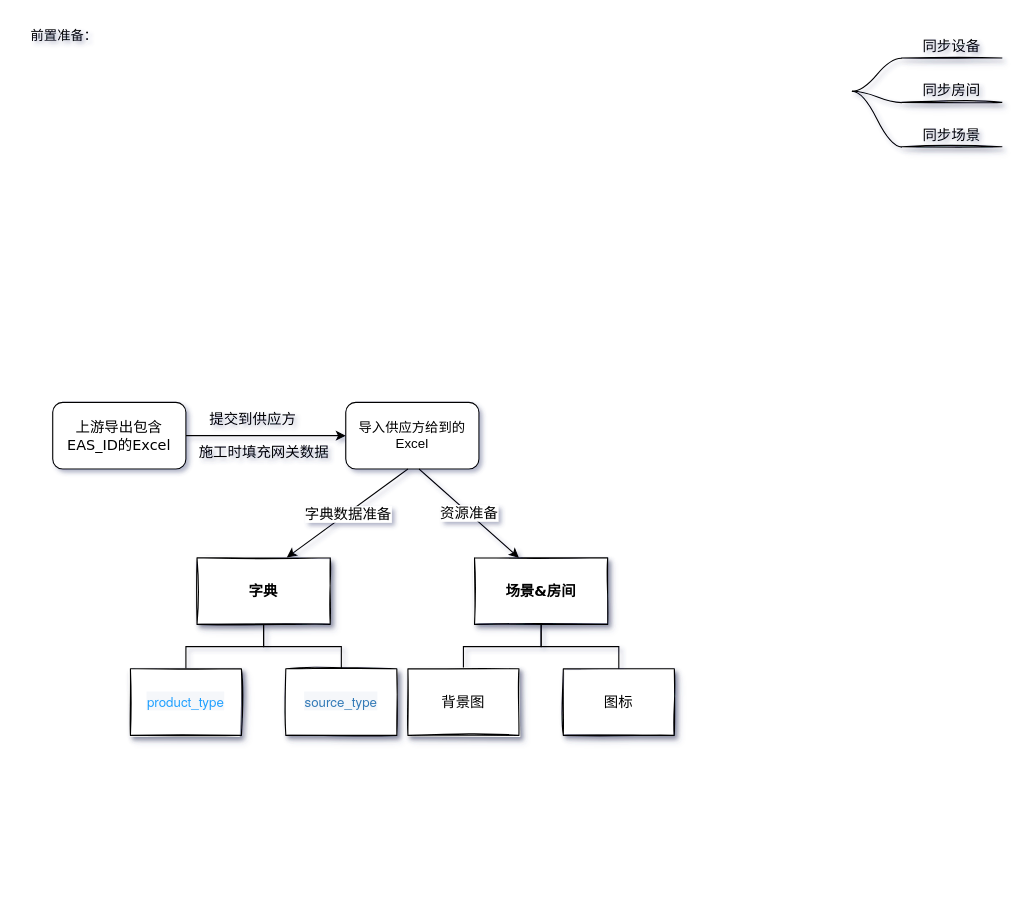
Navven/Img keeps this draw.io diagram as flowChat.drawio. Above is the earlier version. Source tidied: cells renumbered, new cells numbered last; positions are measured from the earlier drawing's top-left corner, leaving out a move shared by most shapes. Both pictures are drawn from the tidied source at 111%, with x=0, y=0 at pixel (19, 19).
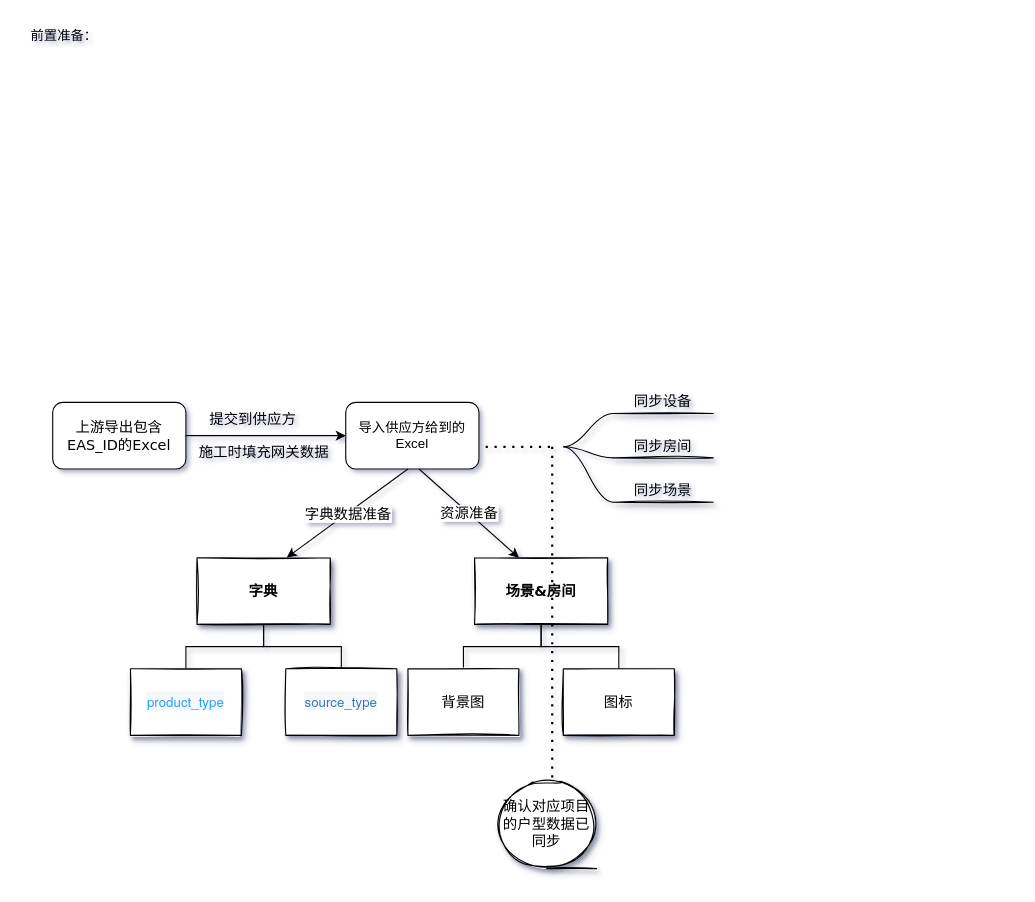
The same page after the edit.

Diff of the diagram source:
```diff
@@
     <mxCell id="8" value="同步设备" style="whiteSpace=wrap;html=1;shape=partialRectangle;top=0;left=0;bottom=1;right=0;points=[[0,1],[1,1]];fillColor=none;align=center;verticalAlign=bottom;routingCenterY=0.5;snapToPoint=1;newEdgeStyle={&quot;edgeStyle&quot;:&quot;entityRelationEdgeStyle&quot;,&quot;startArrow&quot;:&quot;none&quot;,&quot;endArrow&quot;:&quot;none&quot;,&quot;segment&quot;:10,&quot;curved&quot;:1};strokeColor=default;strokeWidth=1;fontFamily=Verdana;fontSize=13;shadow=1;sketch=1;" parent="1" vertex="1">
-      <mxGeometry x="795" y="4.7" width="90" height="30" as="geometry" />
+      <mxGeometry x="535" y="325" width="90" height="30" as="geometry" />
     </mxCell>
     <mxCell id="9" style="edgeStyle=entityRelationEdgeStyle;startArrow=none;endArrow=none;segment=10;curved=1;rounded=0;fontFamily=Verdana;fontSize=13;" parent="1" edge="1" target="8">
       <mxGeometry relative="1" as="geometry">
-        <mxPoint x="750" y="64.7" as="sourcePoint" />
+        <mxPoint x="490" y="385" as="sourcePoint" />
       </mxGeometry>
     </mxCell>
     <mxCell id="10" value="同步房间" style="whiteSpace=wrap;html=1;shape=partialRectangle;top=0;left=0;bottom=1;right=0;points=[[0,1],[1,1]];fillColor=none;align=center;verticalAlign=bottom;routingCenterY=0.5;snapToPoint=1;newEdgeStyle={&quot;edgeStyle&quot;:&quot;entityRelationEdgeStyle&quot;,&quot;startArrow&quot;:&quot;none&quot;,&quot;endArrow&quot;:&quot;none&quot;,&quot;segment&quot;:10,&quot;curved&quot;:1};strokeColor=default;strokeWidth=1;fontFamily=Verdana;fontSize=13;shadow=1;sketch=1;" parent="1" vertex="1">
-      <mxGeometry x="795" y="44.7" width="90" height="30" as="geometry" />
+      <mxGeometry x="535" y="365" width="90" height="30" as="geometry" />
     </mxCell>
     <mxCell id="11" style="edgeStyle=entityRelationEdgeStyle;startArrow=none;endArrow=none;segment=10;curved=1;rounded=0;fontFamily=Verdana;fontSize=13;" parent="1" edge="1" target="10">
       <mxGeometry relative="1" as="geometry">
-        <mxPoint x="750" y="64.7" as="sourcePoint" />
+        <mxPoint x="490" y="385" as="sourcePoint" />
       </mxGeometry>
     </mxCell>
     <mxCell id="12" value="同步场景" style="whiteSpace=wrap;html=1;shape=partialRectangle;top=0;left=0;bottom=1;right=0;points=[[0,1],[1,1]];fillColor=none;align=center;verticalAlign=bottom;routingCenterY=0.5;snapToPoint=1;newEdgeStyle={&quot;edgeStyle&quot;:&quot;entityRelationEdgeStyle&quot;,&quot;startArrow&quot;:&quot;none&quot;,&quot;endArrow&quot;:&quot;none&quot;,&quot;segment&quot;:10,&quot;curved&quot;:1};strokeColor=default;strokeWidth=1;fontFamily=Verdana;fontSize=13;shadow=1;sketch=1;" parent="1" vertex="1">
-      <mxGeometry x="795" y="84.7" width="90" height="30" as="geometry" />
+      <mxGeometry x="535" y="405" width="90" height="30" as="geometry" />
     </mxCell>
     <mxCell id="13" style="edgeStyle=entityRelationEdgeStyle;startArrow=none;endArrow=none;segment=10;curved=1;rounded=0;fontFamily=Verdana;fontSize=13;" parent="1" edge="1" target="12">
       <mxGeometry relative="1" as="geometry">
-        <mxPoint x="750" y="64.7" as="sourcePoint" />
+        <mxPoint x="490" y="385" as="sourcePoint" />
       </mxGeometry>
     </mxCell>
@@
+    <mxCell id="28" style="endArrow=none;dashed=1;html=1;dashPattern=1 3;strokeWidth=2;rounded=0;fontFamily=Verdana;fontSize=13;" parent="1" edge="1">
+      <mxGeometry relative="1" as="geometry">
+        <mxPoint x="420" y="385" as="sourcePoint" />
+        <mxPoint x="480" y="385" as="targetPoint" />
+      </mxGeometry>
+    </mxCell>
+    <mxCell id="29" style="endArrow=none;dashed=1;html=1;dashPattern=1 3;strokeWidth=2;rounded=0;fontFamily=Verdana;fontSize=13;" parent="1" edge="1">
+      <mxGeometry relative="1" as="geometry">
+        <mxPoint x="480" y="755" as="sourcePoint" />
+        <mxPoint x="480" y="385" as="targetPoint" />
+      </mxGeometry>
+    </mxCell>
+    <mxCell id="30" value="确认对应项目的户型数据已同步" style="shape=tapeData;whiteSpace=wrap;html=1;perimeter=ellipsePerimeter;shadow=1;sketch=1;strokeColor=default;strokeWidth=1;fontFamily=Verdana;fontSize=13;" parent="1" vertex="1">
+      <mxGeometry x="430" y="685" width="90" height="80" as="geometry" />
+    </mxCell>
```
